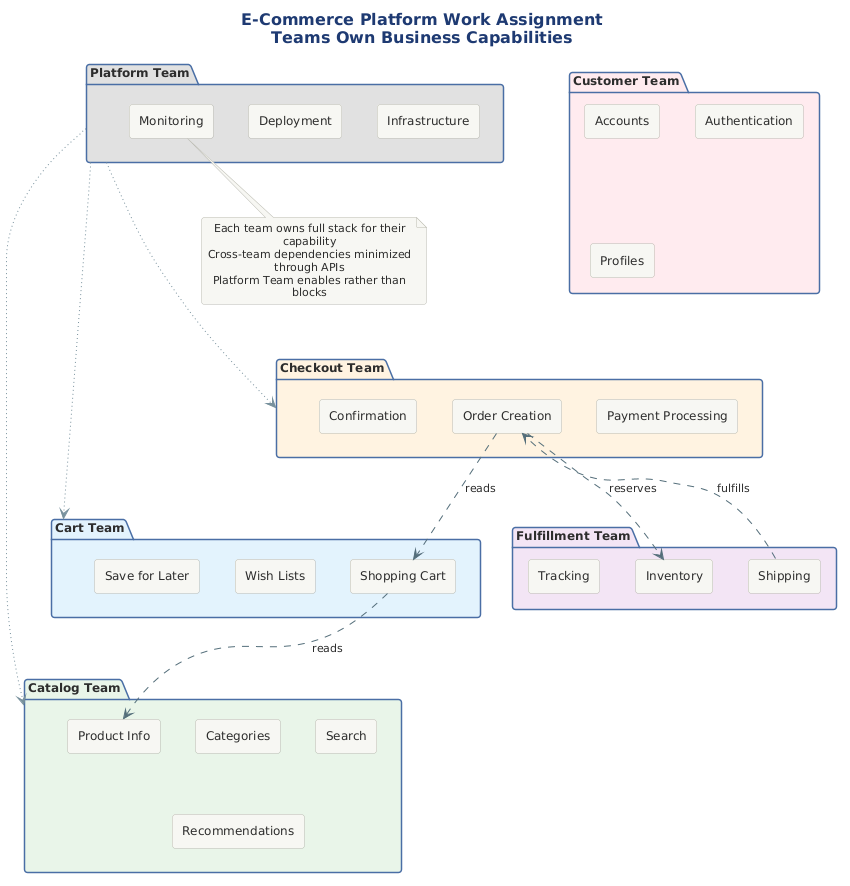
Notoriousjayy/latex-docs keeps this PlantUML diagram as src/architecture/views-and-beyond/style-catalogs/allocation/work-assignment-style/png/08-ecommerce-example.png. Above is the earlier version.
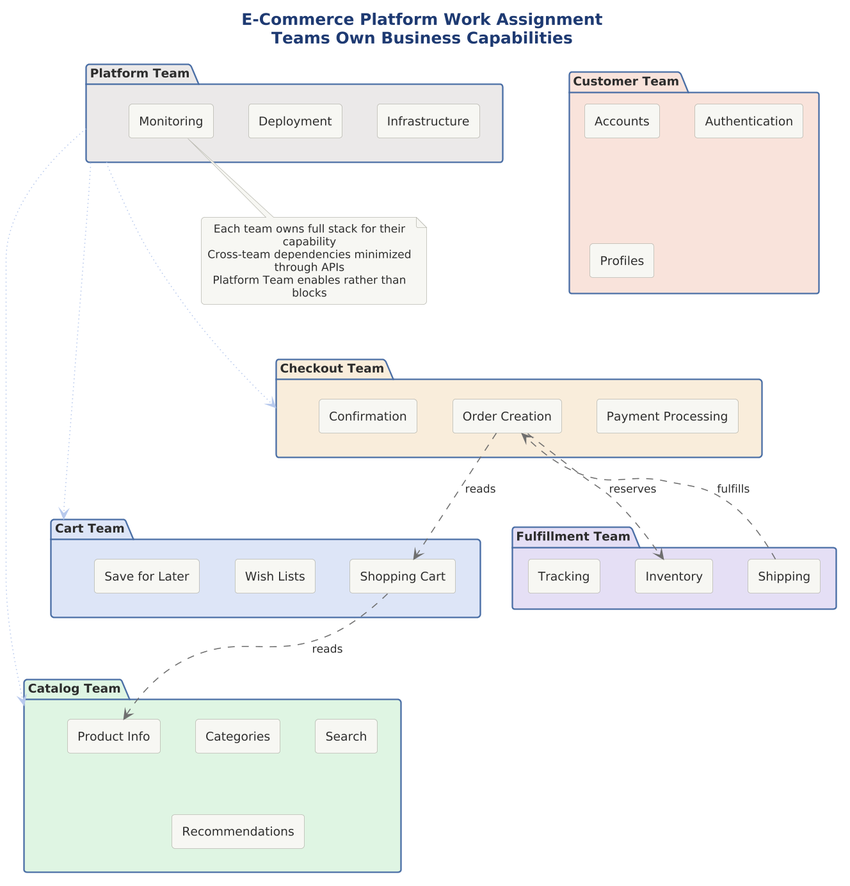
After the commit.

What changed in the source:
```diff
@@ -1,54 +1,59 @@
 @startuml 08-ecommerce-example
+
+skinparam dpi 150
+
+
+
 
 !include ../../../../../../tooling/styles/plantuml/structural/package-diagram-style.iuml
 
 title **E-Commerce Platform Work Assignment**\nTeams Own Business Capabilities
 
-package "**Catalog Team**" as catTeam #E8F5E9 {
+package "**Catalog Team**" as catTeam $fill_ok {
     rectangle "Product Info" as prod
     rectangle "Categories" as cat
     rectangle "Search" as search
     rectangle "Recommendations" as rec
 }
 
-package "**Cart Team**" as cartTeam #E3F2FD {
+package "**Cart Team**" as cartTeam $fill_primary {
     rectangle "Shopping Cart" as cart
     rectangle "Wish Lists" as wish
     rectangle "Save for Later" as save
 }
 
-package "**Checkout Team**" as checkTeam #FFF3E0 {
+package "**Checkout Team**" as checkTeam $fill_caution {
     rectangle "Payment Processing" as pay
     rectangle "Order Creation" as order
     rectangle "Confirmation" as conf
 }
 
-package "**Fulfillment Team**" as fulfTeam #F3E5F5 {
+package "**Fulfillment Team**" as fulfTeam $fill_alt {
     rectangle "Inventory" as inv
     rectangle "Shipping" as ship
     rectangle "Tracking" as track
 }
 
-package "**Customer Team**" as custTeam #FFEBEE {
+package "**Customer Team**" as custTeam $fill_invalid {
     rectangle "Accounts" as acct
     rectangle "Authentication" as auth
     rectangle "Profiles" as prof
 }
 
-package "**Platform Team**" as platTeam #E0E0E0 {
+package "**Platform Team**" as platTeam $fill_neutral {
     rectangle "Infrastructure" as infra
     rectangle "Deployment" as deploy
     rectangle "Monitoring" as mon
 }
 
-cart -[#546E7A,dashed]-> prod : reads
-order -[#546E7A,dashed]-> cart : reads
-order -[#546E7A,dashed]-> inv : reserves
-ship -[#546E7A,dashed]-> order : fulfills
+cart -[$line_neutral,dashed]-> prod : reads
+order -[$line_neutral,dashed]-> cart : reads
+order -[$line_neutral,dashed]-> inv : reserves
+ship -[$line_neutral,dashed]-> order : fulfills
 
-platTeam .[#78909C,dotted]..> catTeam
-platTeam .[#78909C,dotted]..> cartTeam
-platTeam .[#78909C,dotted]..> checkTeam
+platTeam .[$deep_primary,dotted]..> catTeam
+platTeam .[$deep_primary,dotted]..> cartTeam
+platTeam .[$deep_primary,dotted]..> checkTeam
 
 note bottom
 Each team owns full stack for their capability
```
